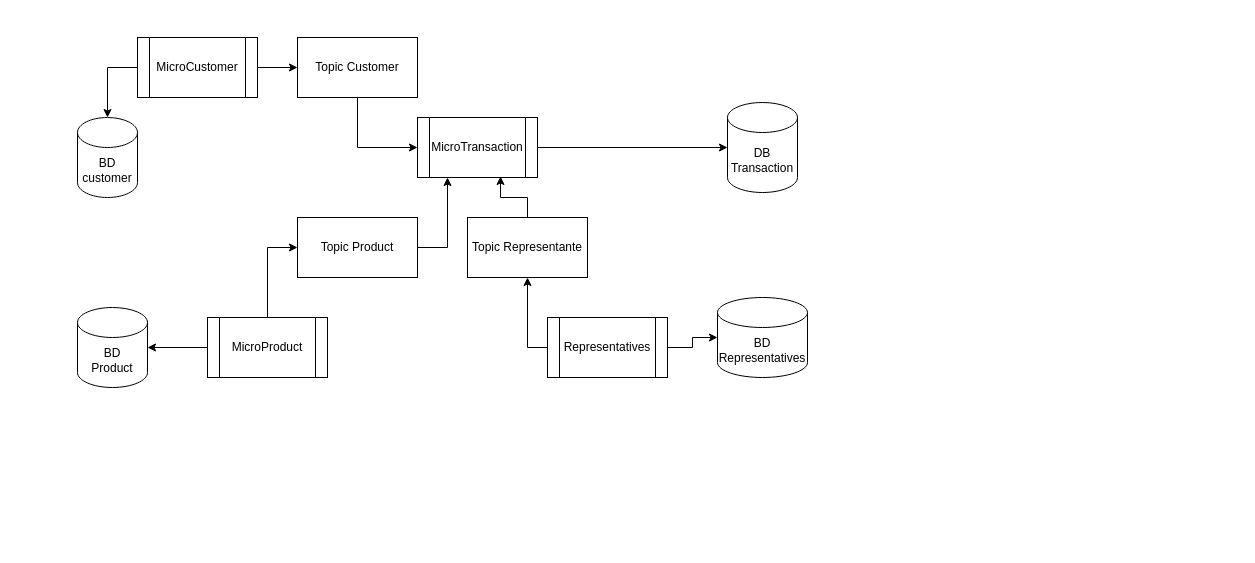
The draw.io diagram diagrama_microservices.drawio in ajoelflores124/everbanco, before the edit. Source tidied: cells renumbered, new cells numbered last; positions are measured from the earlier drawing's top-left corner, leaving out a move shared by most shapes. Both pictures are drawn from the tidied source at 100%, with x=0, y=0 at pixel (77, 37).
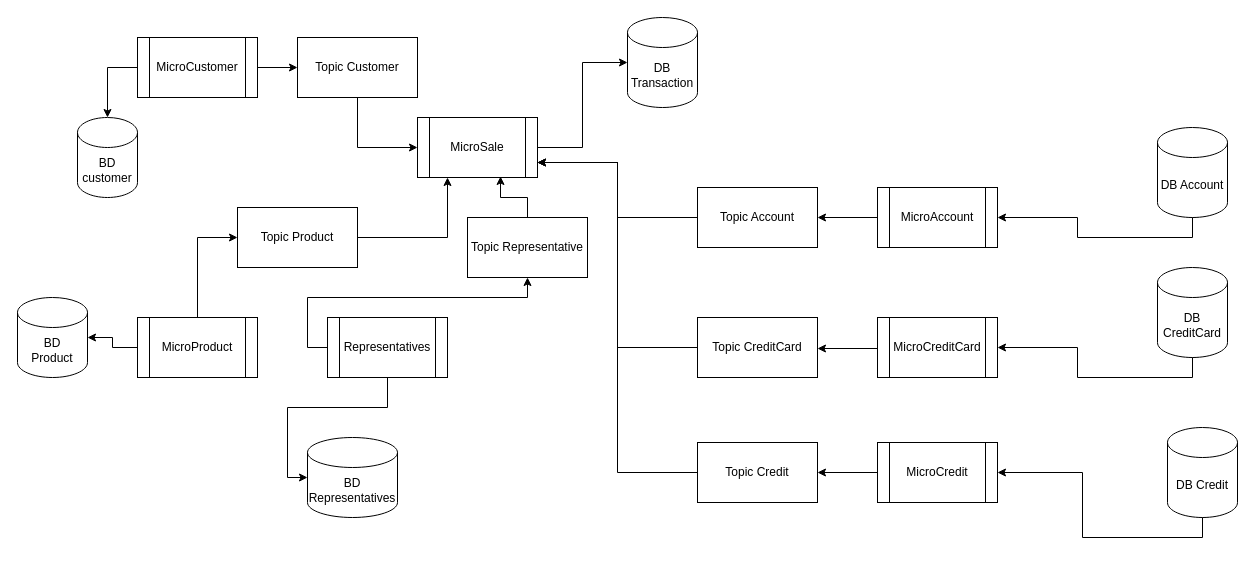
The same diagram, later.

The edit, as a diff of the source:
```diff
@@
     <mxCell id="4" value="MicroProduct" style="shape=process;whiteSpace=wrap;html=1;backgroundOutline=1;" parent="1" vertex="1">
-      <mxGeometry x="130" y="280" width="120" height="60" as="geometry" />
+      <mxGeometry x="60" y="280" width="120" height="60" as="geometry" />
     </mxCell>
     <mxCell id="5" value="BD&lt;br&gt;Product" style="shape=cylinder3;whiteSpace=wrap;html=1;boundedLbl=1;backgroundOutline=1;size=15;" parent="1" vertex="1">
-      <mxGeometry y="270" width="70" height="80" as="geometry" />
+      <mxGeometry x="-60" y="260" width="70" height="80" as="geometry" />
     </mxCell>
@@
-    <mxCell id="7" value="MicroTransaction" style="shape=process;whiteSpace=wrap;html=1;backgroundOutline=1;" parent="1" vertex="1">
+    <mxCell id="7" value="MicroSale" style="shape=process;whiteSpace=wrap;html=1;backgroundOutline=1;" parent="1" vertex="1">
       <mxGeometry x="340" y="80" width="120" height="60" as="geometry" />
     </mxCell>
     <mxCell id="8" value="DB Transaction" style="shape=cylinder3;whiteSpace=wrap;html=1;boundedLbl=1;backgroundOutline=1;size=15;" parent="1" vertex="1">
-      <mxGeometry x="650" y="65" width="70" height="90" as="geometry" />
+      <mxGeometry x="550" y="-20" width="70" height="90" as="geometry" />
     </mxCell>
     <mxCell id="9" value="BD&lt;br&gt;Representatives" style="shape=cylinder3;whiteSpace=wrap;html=1;boundedLbl=1;backgroundOutline=1;size=15;" parent="1" vertex="1">
-      <mxGeometry x="640" y="260" width="90" height="80" as="geometry" />
+      <mxGeometry x="230" y="400" width="90" height="80" as="geometry" />
     </mxCell>
@@
     <mxCell id="14" value="&lt;span&gt;Topic Product&lt;/span&gt;" style="rounded=0;whiteSpace=wrap;html=1;" parent="1" vertex="1">
-      <mxGeometry x="220" y="180" width="120" height="60" as="geometry" />
+      <mxGeometry x="160" y="170" width="120" height="60" as="geometry" />
     </mxCell>
@@
     <mxCell id="18" value="Representatives" style="shape=process;whiteSpace=wrap;html=1;backgroundOutline=1;" parent="1" vertex="1">
-      <mxGeometry x="470" y="280" width="120" height="60" as="geometry" />
+      <mxGeometry x="250" y="280" width="120" height="60" as="geometry" />
     </mxCell>
-    <mxCell id="19" value="&lt;span&gt;Topic Representante&lt;/span&gt;" style="rounded=0;whiteSpace=wrap;html=1;" parent="1" vertex="1">
+    <mxCell id="19" value="&lt;span&gt;Topic Representative&lt;/span&gt;" style="rounded=0;whiteSpace=wrap;html=1;" parent="1" vertex="1">
       <mxGeometry x="390" y="180" width="120" height="60" as="geometry" />
     </mxCell>
@@
+    <mxCell id="23" value="MicroAccount" style="shape=process;whiteSpace=wrap;html=1;backgroundOutline=1;" parent="1" vertex="1">
+      <mxGeometry x="800" y="150" width="120" height="60" as="geometry" />
+    </mxCell>
+    <mxCell id="24" value="DB Account" style="shape=cylinder3;whiteSpace=wrap;html=1;boundedLbl=1;backgroundOutline=1;size=15;" parent="1" vertex="1">
+      <mxGeometry x="1080" y="90" width="70" height="90" as="geometry" />
+    </mxCell>
+    <mxCell id="25" style="edgeStyle=orthogonalEdgeStyle;rounded=0;jettySize=auto;html=1;exitX=0.5;exitY=1;exitDx=0;exitDy=0;entryX=1;entryY=0.5;entryDx=0;entryDy=0;exitPerimeter=0;" parent="1" edge="1" source="24" target="23">
+      <mxGeometry relative="1" as="geometry" />
+    </mxCell>
+    <mxCell id="26" value="MicroCreditCard" style="shape=process;whiteSpace=wrap;html=1;backgroundOutline=1;" parent="1" vertex="1">
+      <mxGeometry x="800" y="280" width="120" height="60" as="geometry" />
+    </mxCell>
+    <mxCell id="27" value="DB CreditCard" style="shape=cylinder3;whiteSpace=wrap;html=1;boundedLbl=1;backgroundOutline=1;size=15;" parent="1" vertex="1">
+      <mxGeometry x="1080" y="230" width="70" height="90" as="geometry" />
+    </mxCell>
+    <mxCell id="28" style="edgeStyle=orthogonalEdgeStyle;rounded=0;jettySize=auto;html=1;exitX=0.5;exitY=1;exitDx=0;exitDy=0;entryX=1;entryY=0.5;entryDx=0;entryDy=0;exitPerimeter=0;" parent="1" edge="1" source="27" target="26">
+      <mxGeometry relative="1" as="geometry" />
+    </mxCell>
+    <mxCell id="29" style="edgeStyle=orthogonalEdgeStyle;rounded=0;jettySize=auto;html=1;" parent="1" edge="1" source="30" target="38">
+      <mxGeometry relative="1" as="geometry" />
+    </mxCell>
+    <mxCell id="30" value="MicroCredit" style="shape=process;whiteSpace=wrap;html=1;backgroundOutline=1;" parent="1" vertex="1">
+      <mxGeometry x="800" y="405" width="120" height="60" as="geometry" />
+    </mxCell>
+    <mxCell id="31" value="DB Credit" style="shape=cylinder3;whiteSpace=wrap;html=1;boundedLbl=1;backgroundOutline=1;size=15;" parent="1" vertex="1">
+      <mxGeometry x="1090" y="390" width="70" height="90" as="geometry" />
+    </mxCell>
+    <mxCell id="32" style="edgeStyle=orthogonalEdgeStyle;rounded=0;jettySize=auto;html=1;exitX=0.5;exitY=1;exitDx=0;exitDy=0;entryX=1;entryY=0.5;entryDx=0;entryDy=0;exitPerimeter=0;" parent="1" edge="1" source="31" target="30">
+      <mxGeometry relative="1" as="geometry" />
+    </mxCell>
+    <mxCell id="33" style="edgeStyle=orthogonalEdgeStyle;rounded=0;jettySize=auto;html=1;entryX=1;entryY=0.75;entryDx=0;entryDy=0;" parent="1" edge="1" source="34" target="7">
+      <mxGeometry relative="1" as="geometry" />
+    </mxCell>
+    <mxCell id="34" value="&lt;span&gt;Topic Account&lt;/span&gt;" style="rounded=0;whiteSpace=wrap;html=1;" parent="1" vertex="1">
+      <mxGeometry x="620" y="150" width="120" height="60" as="geometry" />
+    </mxCell>
+    <mxCell id="35" style="edgeStyle=orthogonalEdgeStyle;rounded=0;jettySize=auto;html=1;entryX=1;entryY=0.75;entryDx=0;entryDy=0;" parent="1" edge="1" source="36" target="7">
+      <mxGeometry relative="1" as="geometry" />
+    </mxCell>
+    <mxCell id="36" value="&lt;span&gt;Topic CreditCard&lt;/span&gt;" style="rounded=0;whiteSpace=wrap;html=1;" parent="1" vertex="1">
+      <mxGeometry x="620" y="280" width="120" height="60" as="geometry" />
+    </mxCell>
+    <mxCell id="37" style="edgeStyle=orthogonalEdgeStyle;rounded=0;jettySize=auto;html=1;entryX=1;entryY=0.75;entryDx=0;entryDy=0;" parent="1" edge="1" source="38" target="7">
+      <mxGeometry relative="1" as="geometry" />
+    </mxCell>
+    <mxCell id="38" value="&lt;span&gt;Topic Credit&lt;/span&gt;" style="rounded=0;whiteSpace=wrap;html=1;" parent="1" vertex="1">
+      <mxGeometry x="620" y="405" width="120" height="60" as="geometry" />
+    </mxCell>
+    <mxCell id="39" style="edgeStyle=orthogonalEdgeStyle;rounded=0;jettySize=auto;html=1;exitX=0;exitY=0.5;exitDx=0;exitDy=0;entryX=1;entryY=0.5;entryDx=0;entryDy=0;" parent="1" edge="1" source="23" target="34">
+      <mxGeometry relative="1" as="geometry" />
+    </mxCell>
+    <mxCell id="40" style="edgeStyle=orthogonalEdgeStyle;rounded=0;orthogonalLoop=1;jettySize=auto;html=1;exitX=0.5;exitY=0;exitDx=0;exitDy=0;" parent="1" edge="1">
+      <mxGeometry relative="1" as="geometry">
+        <mxPoint x="800" y="311" as="sourcePoint" />
+        <mxPoint x="740" y="311" as="targetPoint" />
+      </mxGeometry>
+    </mxCell>
```
